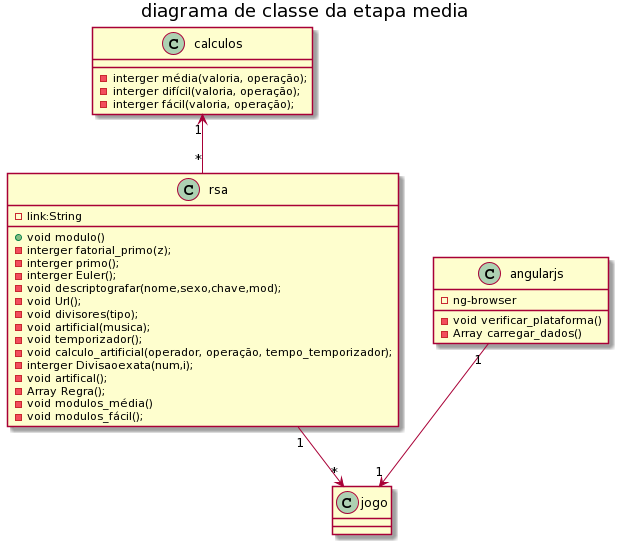
guimaraesprogramador/Desafio keeps this PlantUML diagram as imagens/diagrama de classe da etapa díficil.png. Above is the earlier version.
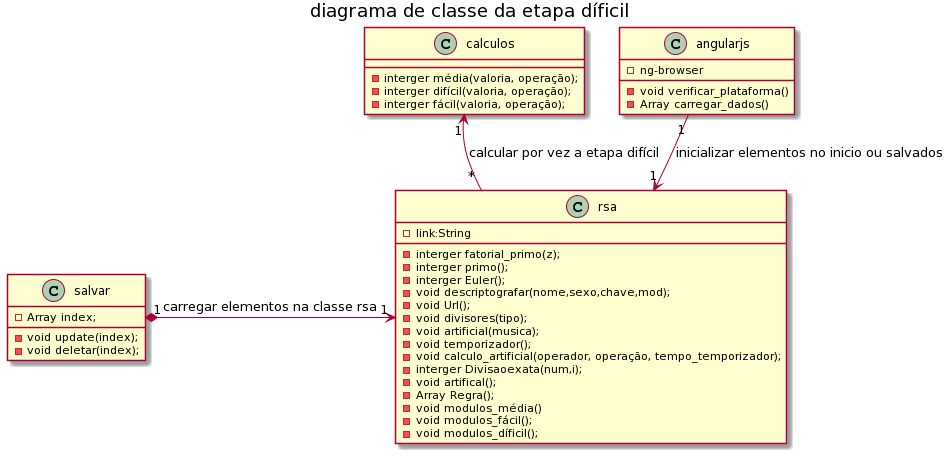
After the change.

What changed in the source:
```diff
@@ -1,5 +1,5 @@
 @startuml
-title diagrama de classe da etapa media
+title diagrama de classe da etapa díficil
 
 CLass "calculos"{
  - interger média(valoria, operação);
@@ -9,7 +9,6 @@
 }
 Class "rsa"{
  -link:String
- +void modulo()
  -interger fatorial_primo(z);
 -interger primo();
 -interger Euler();
@@ -24,6 +23,7 @@
  - Array Regra();
 - void modulos_média()
  - void modulos_fácil();
+-void modulos_díficil();
 
 }
 
@@ -32,7 +32,12 @@
  -void verificar_plataforma()
  - Array carregar_dados()
 }
-calculos"1" <-- "*" rsa
-rsa "1" -->"*" jogo
-angularjs "1" -->"1" jogo
+class salvar{
+- Array index;
+-void update(index);
+- void deletar(index);
+}
+calculos"1" <-- "*" rsa: calcular por vez a etapa difícil
+angularjs "1" -->"1" rsa: inicializar elementos no inicio ou salvados
+salvar "1" *-> "1" rsa: carregar elementos na classe rsa
 @enduml
```
